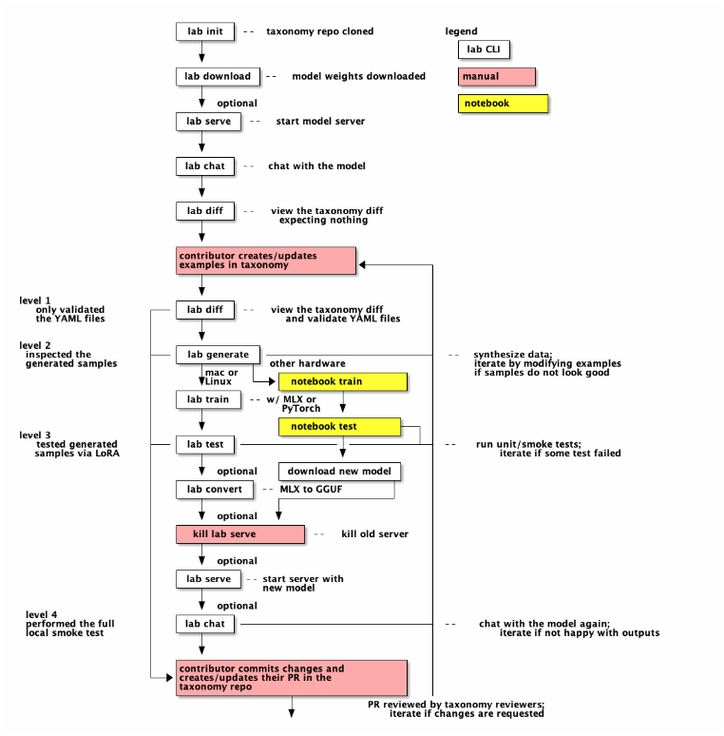
Above: docs/workflow.png in instructlab/instructlab (PlantUML), before the change. Its source is kept beside it as docs/workflow.puml.
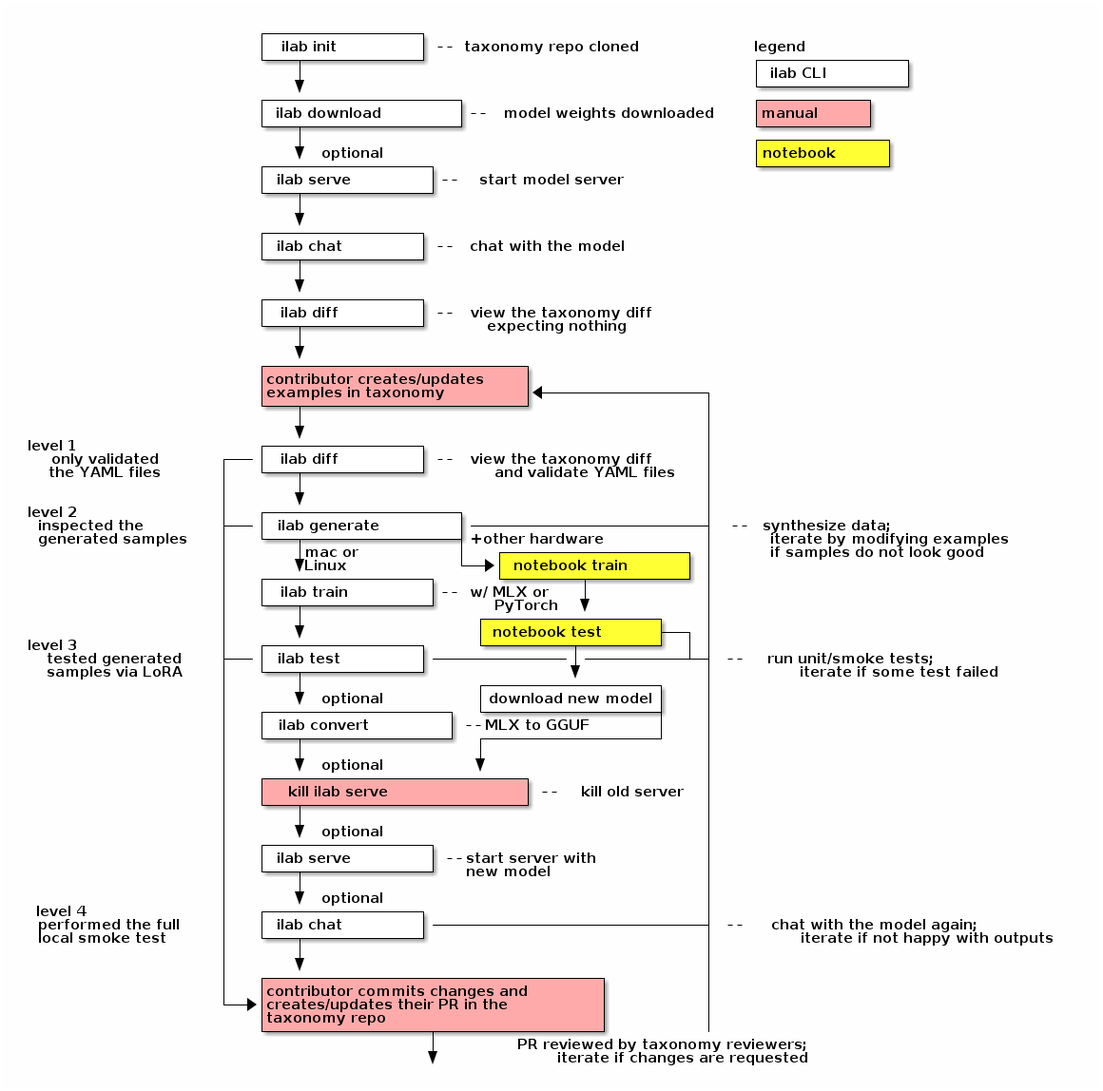
After the commit.

The edit, as a diff of the source:
```diff
@@ -1,80 +1,80 @@
 @startditaa
-                         +--------+
-                         |ilab init|-=-taxonomy repo cloned         legend
-                         +---+----+                                  +-------+
-                             |                                       |ilab CLI|
-                             v                                       +-------+
-                         +---+--------+                              +-----------+
-                         |ilab download|-=-model weights downloaded  |manual cPNK|
-                         +---+--------+                              +-----------+
-                             |                                       +-------------+
-                             v optional                              |notebook cYEL|
-                         +---+-----+                                 +-------------+
-                         |ilab serve|-=-start model server
-                         +---+-----+
+                         +----------------+
+                         |ilab init       |-=-taxonomy repo cloned           legend
+                         +---+------------+                                  +---------------+
+                             |                                               |ilab CLI       |
+                             v                                               +---------------+
+                         +---+----------------+                              +-----------+
+                         |ilab download       |-=-model weights downloaded   |manual cPNK|
+                         +---+----------------+                              +-----------+
+                             |                                               +-------------+
+                             v optional                                      |notebook cYEL|
+                         +---+-------------+                                 +-------------+
+                         |ilab serve       |-=-start model server
+                         +---+-------------+
                              |
                              v
-                         +---+----+
-                         |ilab chat|-=-chat with the model
-                         +---+----+
+                         +---+------------+
+                         |ilab chat       |-=-chat with the model
+                         +---+------------+
                              |
                              v
-                         +---+----+
-                         |ilab diff|-=-view the taxonomy diff
-                         +---+----+     expecting nothing
+                         +---+------------+
+                         |ilab diff       |-=-view the taxonomy diff
+                         +---+------------+     expecting nothing
                              |
                              v
                          +---+-----------------------+
                          |contributor creates/updates|
-                         |examples in taxonomy   cPNK|<----------+
-                         +---+-----------------------+           |
-                             |                                   |
-                             v                                   |
-level 1                  +---+----+                              |
-  only validated     +---|ilab diff|-=-view the taxonomy diff    |
-  the YAML files     |   +---+----+     and validate YAML files  |
-                     |       |                                   |
-                     |       v                                   |
-level 2              |   +---+--------+                          |
-  inspected the      +---|ilab generate|-------------------------+ -=-synthesize data;
-  generated samples  |   +---+-------++other hardware            |      iterate by modifying examples
-                     |       |mac or |   +---------+---------+   |      if samples do not look good
-                     |       vLinux  +-->|notebook train cYEL|   |
-                     |   +---+-----+     +---------+---------+   |
-                     |   |ilab train|-=-w/ MLX or   |            |
-                     |   +---+-----+      PyTorch  v             |
-                     |       |           +---------+--------+    |
-                     |       v           |notebook test cYEL+--+ |
-level 3              |   +---+----+      +---------+--------+  | |
-  tested generated   +---|ilab test|----------------|-----------++ -=-run unit/smoke tests;
-  samples via LoRA   |   +---+----+                v             |      iterate if some test failed
-                     |       |           +---------+--------+    |
-                     |       v optional  |download new model|    |
-                     |   +---+-------+   +-----------------++    |
-                     |   |ilab convert|-=-MLX to GGUF       |    |
-                     |   +---+-------+   +-----------------+     |
-                     |       |           |                       |
-                     |       v optional  v                       |
-                     |   +---+-----------+---+                   |
-                     |   |kill ilab serve cPNK|-=-kill old server|
-                     |   +---+---------------+                   |
-                     |       |                                   |
-                     |       v optional                          |
-                     |   +---+-----+                             |
-                     |   |ilab serve|-=-start server with        |
-                     |   +---+-----+   new model                 |
-                     |       |                                   |
-                     |       v optional                          |
-level 4              |   +---+----+                              |
-  performed the full |   |ilab chat|-----------------------------+ -=-chat with the model again;
-  local smoke test   |   +---+----+                              |      iterate if not happy with outputs
-                     |       |                                   |
-                     |       v                                   |
-                     |   +---+-------------------------------+   |
-                     |   |contributor commits changes and    |   |
-                     +-->|creates/updates their PR in the    |   |
-                         |taxonomy repo                  cPNK|   |
-                         +-----------------+-----------------+   |
+                         |examples in taxonomy   cPNK|<-----------------+
+                         +---+-----------------------+                  |
+                             |                                          |
+                             v                                          |
+level 1                  +---+------------+                             |
+  only validated     +---|ilab diff       |-=-view the taxonomy diff    |
+  the YAML files     |   +---+------------+     and validate YAML files |
+                     |       |                                          |
+                     |       v                                          |
+level 2              |   +---+----------------+                         |
+  inspected the      +---|ilab generate       |-------------------------+ -=-synthesize data;
+  generated samples  |   +---+----------------++other hardware          |      iterate by modifying examples
+                     |       |mac or          |   +--------+----------+ |      if samples do not look good
+                     |       vLinux           +-->|notebook train cYEL| |
+                     |   +---+-------------+      +--------+----------+ |
+                     |   |ilab train       |-=-w/ MLX or   |            |
+                     |   +---+-------------+      PyTorch  v            |
+                     |       |                  +----------+-------+    |
+                     |       v                  |notebook test cYEL+--+ |
+level 3              |   +---+------------+     +---------+--------+  | |
+  tested generated   +---|ilab test       |---------------|-----------+-+ -=-run unit/smoke tests;
+  samples via LoRA   |   +---+------------+               v             |      iterate if some test failed
+                     |       |                  +---------+--------+    |
+                     |       v optional         |download new model|    |
+                     |   +---+---------------+  +-----------------++    |
+                     |   |ilab convert       |-=-MLX to GGUF       |    |
+                     |   +---+---------------+  +------------------+    |
+                     |       |                  |                       |
+                     |       v optional         v                       |
+                     |   +---+------------------+----+                  |
+                     |   |kill ilab serve cPNK       |-=-kill old server|
+                     |   +---+-----------------------+                  |
+                     |       |                                          |
+                     |       v optional                                 |
+                     |   +---+-------------+                            |
+                     |   |ilab serve       |-=-start server with        |
+                     |   +---+-------------+   new model                |
+                     |       |                                          |
+                     |       v optional                                 |
+level 4              |   +---+------------+                             |
+  performed the full |   |ilab chat       |-----------------------------+ -=-chat with the model again;
+  local smoke test   |   +---+------------+                             |      iterate if not happy with outputs
+                     |       |                                          |
+                     |       v                                          |
+                     |   +---+-------------------------------+          |
+                     |   |contributor commits changes and    |          |
+                     +-->|creates/updates their PR in the    |          |
+                         |taxonomy repo                  cPNK|          |
+                         +-----------------+-----------------+          |
                                            |     PR reviewed by taxonomy reviewers;
                                            v       iterate if changes are requested
 
```
